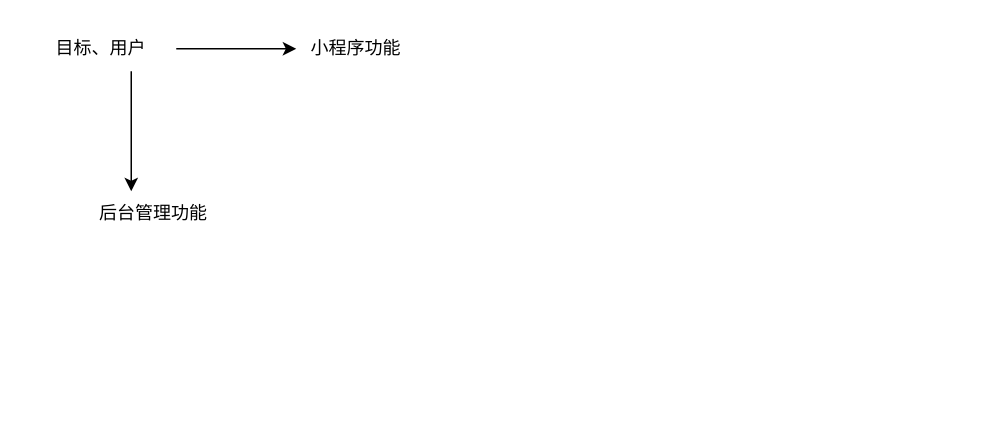
Earlier version of the draw.io diagram 未命名绘图.drawio (vaclock/dio-dir). Source tidied: cells renumbered, new cells numbered last; positions are measured from the earlier drawing's top-left corner, leaving out a move shared by most shapes. Both pictures are drawn from the tidied source at 150%, with x=0, y=0 at pixel (26, 26).
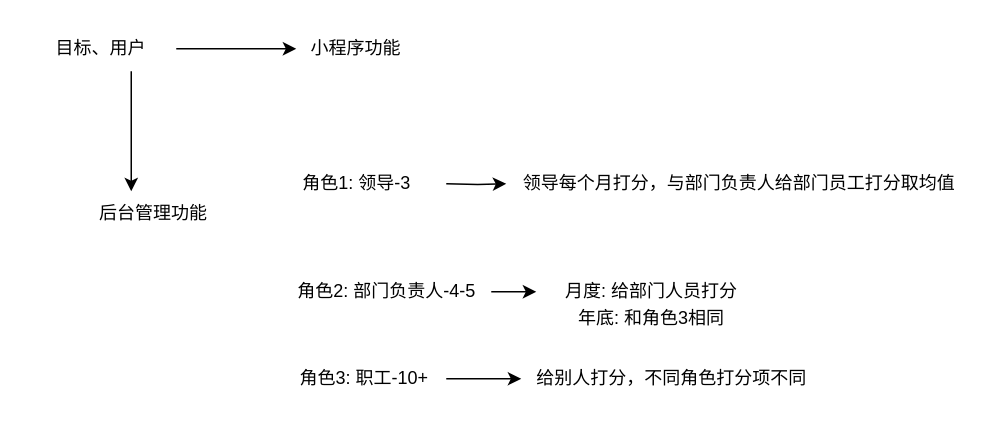
The same diagram, later.

Commit message (it also covers changes not shown here):
更新未命名绘图.drawio

Diff of the diagram source:
```diff
@@
 <mxGraphModel>
   <root>
     <mxCell id="0" />
     <mxCell id="1" parent="0" />
     <mxCell id="2" style="edgeStyle=orthogonalEdgeStyle;rounded=0;jettySize=auto;html=1;" parent="1" edge="1" source="4" target="5">
       <mxGeometry relative="1" as="geometry" />
     </mxCell>
     <mxCell id="3" style="edgeStyle=orthogonalEdgeStyle;rounded=0;jettySize=auto;html=1;" parent="1" edge="1" source="4" target="6">
       <mxGeometry relative="1" as="geometry">
         <Array as="points">
           <mxPoint x="70" y="80" />
           <mxPoint x="70" y="80" />
         </Array>
       </mxGeometry>
     </mxCell>
     <mxCell id="4" value="目标、用户" style="text;html=1;align=center;verticalAlign=middle;whiteSpace=wrap;rounded=0;" parent="1" vertex="1">
       <mxGeometry width="100" height="30" as="geometry" />
     </mxCell>
     <mxCell id="5" value="小程序功能" style="text;html=1;align=center;verticalAlign=middle;whiteSpace=wrap;rounded=0;" parent="1" vertex="1">
       <mxGeometry x="180" width="80" height="30" as="geometry" />
     </mxCell>
     <mxCell id="6" value="后台管理功能" style="text;html=1;align=center;verticalAlign=middle;whiteSpace=wrap;rounded=0;" parent="1" vertex="1">
       <mxGeometry x="40" y="110" width="90" height="30" as="geometry" />
     </mxCell>
+    <mxCell id="7" style="edgeStyle=orthogonalEdgeStyle;rounded=0;jettySize=auto;html=1;" parent="1" edge="1" target="13">
+      <mxGeometry relative="1" as="geometry">
+        <mxPoint x="280" y="105" as="sourcePoint" />
+      </mxGeometry>
+    </mxCell>
+    <mxCell id="8" value="角色1: 领导-3" style="text;html=1;align=center;verticalAlign=middle;strokeColor=none;fillColor=none;" parent="1" vertex="1">
+      <mxGeometry x="170" y="90" width="100" height="30" as="geometry" />
+    </mxCell>
+    <mxCell id="9" style="edgeStyle=orthogonalEdgeStyle;rounded=0;jettySize=auto;html=1;" parent="1" edge="1" source="10">
+      <mxGeometry relative="1" as="geometry">
+        <mxPoint x="340" y="177" as="targetPoint" />
+      </mxGeometry>
+    </mxCell>
+    <mxCell id="10" value="角色2: 部门负责人-4-5" style="text;html=1;align=center;verticalAlign=middle;points=[];strokeColor=none;fillColor=none;" parent="1" vertex="1">
+      <mxGeometry x="170" y="162" width="140" height="30" as="geometry" />
+    </mxCell>
+    <mxCell id="11" style="edgeStyle=orthogonalEdgeStyle;rounded=0;jettySize=auto;html=1;" parent="1" edge="1" source="12" target="14">
+      <mxGeometry relative="1" as="geometry" />
+    </mxCell>
+    <mxCell id="12" value="角色3: 职工-10+" style="text;html=1;align=center;verticalAlign=middle;points=[];strokeColor=none;fillColor=none;" parent="1" vertex="1">
+      <mxGeometry x="170" y="220" width="110" height="30" as="geometry" />
+    </mxCell>
+    <mxCell id="13" value="领导每个月打分，与部门负责人给部门员工打分取均值" style="text;html=1;align=center;verticalAlign=middle;points=[];strokeColor=none;fillColor=none;" parent="1" vertex="1">
+      <mxGeometry x="320" y="90" width="310" height="30" as="geometry" />
+    </mxCell>
+    <mxCell id="14" value="给别人打分，不同角色打分项不同" style="text;html=1;align=center;verticalAlign=middle;points=[];strokeColor=none;fillColor=none;" parent="1" vertex="1">
+      <mxGeometry x="330" y="220" width="200" height="30" as="geometry" />
+    </mxCell>
+    <mxCell id="15" value="月度: 给部门人员打分" style="text;html=1;align=center;verticalAlign=middle;whiteSpace=wrap;rounded=0;" parent="1" vertex="1">
+      <mxGeometry x="344" y="162" width="146" height="30" as="geometry" />
+    </mxCell>
+    <mxCell id="16" value="年底: 和角色3相同" style="text;html=1;align=center;verticalAlign=middle;whiteSpace=wrap;rounded=0;" parent="1" vertex="1">
+      <mxGeometry x="344" y="180" width="146" height="30" as="geometry" />
+    </mxCell>
   </root>
 </mxGraphModel>
```
